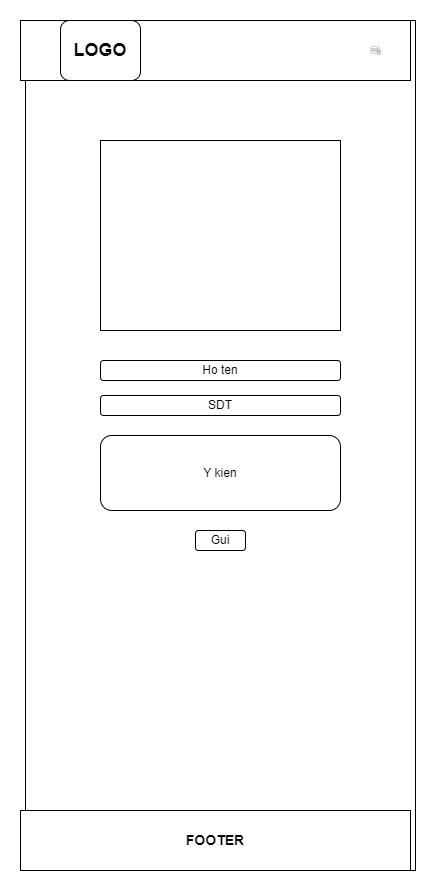
Above: img/Lien he-MOBILE.png in NguyenHocPH36330/Web106_HocNC (draw.io), before the change. Source tidied: cells renumbered, new cells last; positions are measured from the earlier drawing's top-left corner, leaving out a move shared by most shapes.
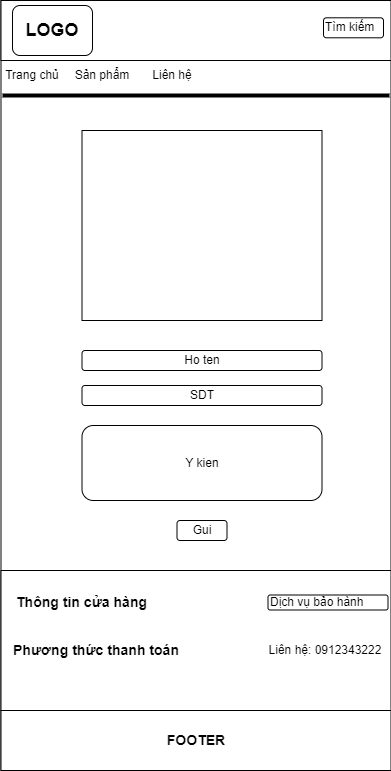
The same diagram one commit later.

The edit, as a diff of the source:
```diff
@@ -3,20 +3,8 @@
     <mxCell id="0" />
     <mxCell id="1" parent="0" />
     <mxCell id="2" style="rounded=0;whiteSpace=wrap;html=1;" parent="1" vertex="1">
-      <mxGeometry x="5" width="390" height="850" as="geometry" />
+      <mxGeometry x="-1" y="-10" width="390" height="770" as="geometry" />
     </mxCell>
-    <mxCell id="3" style="rounded=0;whiteSpace=wrap;html=1;" parent="1" vertex="1">
-      <mxGeometry width="390" height="60" as="geometry" />
-    </mxCell>
-    <mxCell id="4" value="&lt;h2&gt;LOGO&lt;/h2&gt;" style="rounded=1;whiteSpace=wrap;html=1;" parent="1" vertex="1">
-      <mxGeometry x="40" width="80" height="60" as="geometry" />
-    </mxCell>
-    <mxCell id="5" style="sketch=0;shadow=0;dashed=0;html=1;strokeColor=none;fillColor=#434445;labelPosition=center;verticalLabelPosition=bottom;verticalAlign=top;align=center;shape=mxgraph.vvd.array_manager;" parent="1" vertex="1">
-      <mxGeometry x="350" y="26.4" width="10" height="7.3" as="geometry" />
-    </mxCell>
-    <mxCell id="6" value="&lt;h3&gt;FOOTER&lt;/h3&gt;" style="rounded=0;whiteSpace=wrap;html=1;" parent="1" vertex="1">
-      <mxGeometry y="790" width="390" height="60" as="geometry" />
-    </mxCell>
     <mxCell id="7" value="Ho ten" style="rounded=1;whiteSpace=wrap;html=1;" parent="1" vertex="1">
       <mxGeometry x="80" y="340" width="240" height="20" as="geometry" />
     </mxCell>
@@ -32,5 +20,44 @@
     <mxCell id="11" value="Gui" style="rounded=1;whiteSpace=wrap;html=1;" parent="1" vertex="1">
       <mxGeometry x="175" y="510" width="50" height="20" as="geometry" />
     </mxCell>
+    <mxCell id="6" value="&lt;h3&gt;FOOTER&lt;/h3&gt;" style="rounded=0;whiteSpace=wrap;html=1;" parent="1" vertex="1">
+      <mxGeometry x="-1" y="700" width="390" height="60" as="geometry" />
+    </mxCell>
+    <mxCell id="12" style="rounded=0;whiteSpace=wrap;html=1;" parent="1" vertex="1">
+      <mxGeometry x="-1" y="560" width="390" height="140" as="geometry" />
+    </mxCell>
+    <mxCell id="13" value="Dịch vụ bảo hành" style="rounded=1;whiteSpace=wrap;html=1;align=left;" parent="1" vertex="1">
+      <mxGeometry x="266" y="584.5" width="120" height="15" as="geometry" />
+    </mxCell>
+    <mxCell id="14" value="&lt;h3&gt;Phương thức thanh toán&lt;/h3&gt;" style="text;html=1;align=center;verticalAlign=middle;whiteSpace=wrap;rounded=0;" parent="1" vertex="1">
+      <mxGeometry x="9" y="625" width="170" height="30" as="geometry" />
+    </mxCell>
+    <mxCell id="15" value="&lt;h3&gt;Thông tin cửa hàng&lt;/h3&gt;" style="text;html=1;align=left;verticalAlign=middle;whiteSpace=wrap;rounded=0;" parent="1" vertex="1">
+      <mxGeometry x="12" y="577" width="140" height="30" as="geometry" />
+    </mxCell>
+    <mxCell id="16" value="Liên hệ: 0912343222" style="text;html=1;align=center;verticalAlign=middle;whiteSpace=wrap;rounded=0;" parent="1" vertex="1">
+      <mxGeometry x="257" y="625" width="132" height="30" as="geometry" />
+    </mxCell>
+    <mxCell id="17" style="rounded=0;whiteSpace=wrap;html=1;" parent="1" vertex="1">
+      <mxGeometry x="-1" y="-10" width="390" height="60" as="geometry" />
+    </mxCell>
+    <mxCell id="4" value="&lt;h2&gt;LOGO&lt;/h2&gt;" style="rounded=1;whiteSpace=wrap;html=1;" parent="1" vertex="1">
+      <mxGeometry x="10.5" y="-5" width="80" height="50" as="geometry" />
+    </mxCell>
+    <mxCell id="18" value="Tìm kiếm" style="rounded=1;whiteSpace=wrap;html=1;align=left;" parent="1" vertex="1">
+      <mxGeometry x="321.5" y="7.3" width="60" height="20" as="geometry" />
+    </mxCell>
+    <mxCell id="19" value="Trang chủ" style="text;html=1;strokeColor=none;fillColor=none;align=center;verticalAlign=middle;whiteSpace=wrap;rounded=0;" parent="1" vertex="1">
+      <mxGeometry x="0.5" y="50" width="60" height="30" as="geometry" />
+    </mxCell>
+    <mxCell id="20" value="Sản phẩm" style="text;html=1;strokeColor=none;fillColor=none;align=center;verticalAlign=middle;whiteSpace=wrap;rounded=0;" parent="1" vertex="1">
+      <mxGeometry x="70.5" y="50" width="60" height="30" as="geometry" />
+    </mxCell>
+    <mxCell id="21" value="Liên hệ" style="text;html=1;strokeColor=none;fillColor=none;align=center;verticalAlign=middle;whiteSpace=wrap;rounded=0;" parent="1" vertex="1">
+      <mxGeometry x="140.5" y="50" width="60" height="30" as="geometry" />
+    </mxCell>
+    <mxCell id="22" style="line;strokeWidth=4;html=1;perimeter=backbonePerimeter;" parent="1" vertex="1">
+      <mxGeometry x="0.5" y="80" width="387" height="10" as="geometry" />
+    </mxCell>
   </root>
 </mxGraphModel>
```
